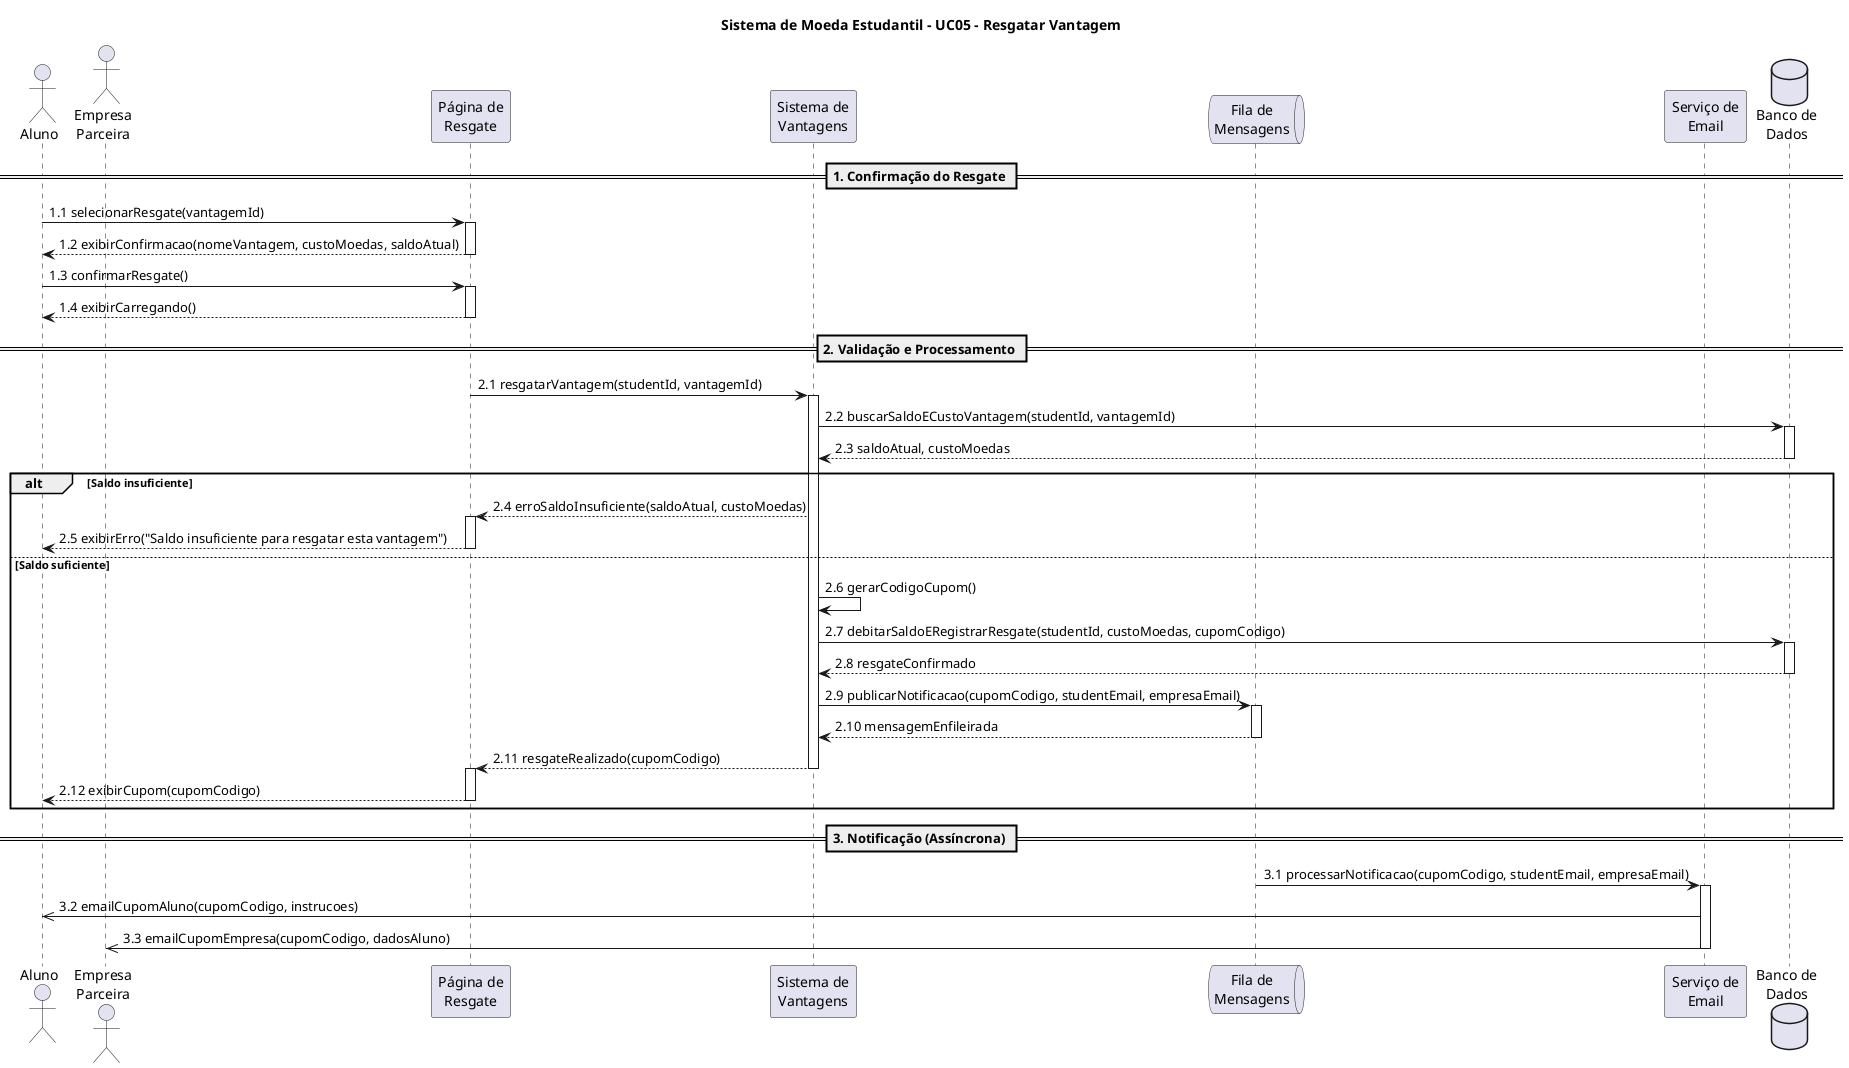
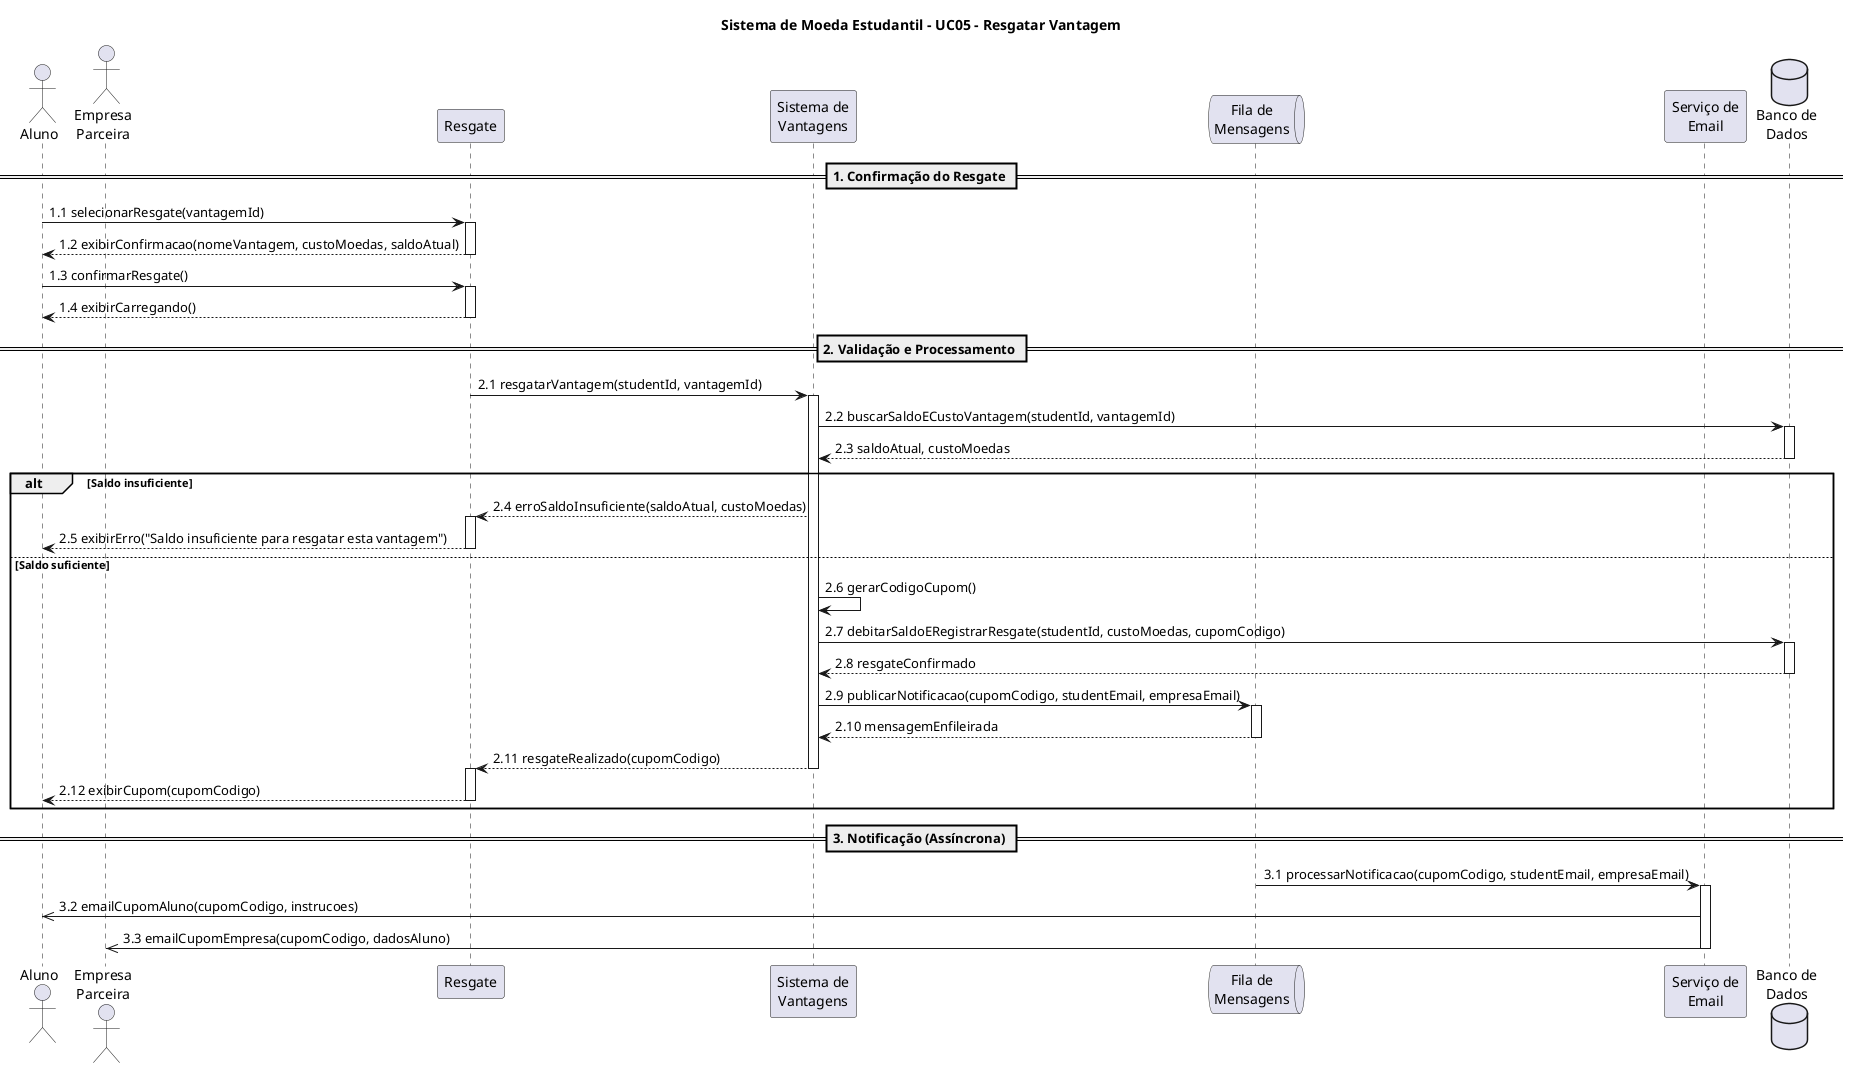
@startuml UC05-ResgatarVantagem
title Sistema de Moeda Estudantil - UC05 - Resgatar Vantagem

actor "Aluno" as A
actor "Empresa\nParceira" as E
- participant "Página de\nResgate" as PR
+ participant "Resgate" as PR
participant "Sistema de\nVantagens" as SV
queue "Fila de\nMensagens" as FM
participant "Serviço de\nEmail" as SE
database "Banco de\nDados" as BD

== 1. Confirmação do Resgate ==

A -> PR: 1.1 selecionarResgate(vantagemId)
activate PR
PR --> A: 1.2 exibirConfirmacao(nomeVantagem, custoMoedas, saldoAtual)
deactivate PR

A -> PR: 1.3 confirmarResgate()
activate PR
PR --> A: 1.4 exibirCarregando()
deactivate PR

== 2. Validação e Processamento ==

PR -> SV: 2.1 resgatarVantagem(studentId, vantagemId)
activate SV
SV -> BD: 2.2 buscarSaldoECustoVantagem(studentId, vantagemId)
activate BD
BD --> SV: 2.3 saldoAtual, custoMoedas
deactivate BD

alt Saldo insuficiente
    SV --> PR: 2.4 erroSaldoInsuficiente(saldoAtual, custoMoedas)
    activate PR
    PR --> A: 2.5 exibirErro("Saldo insuficiente para resgatar esta vantagem")
    deactivate PR

else Saldo suficiente
    SV -> SV: 2.6 gerarCodigoCupom()
    SV -> BD: 2.7 debitarSaldoERegistrarResgate(studentId, custoMoedas, cupomCodigo)
    activate BD
    BD --> SV: 2.8 resgateConfirmado
    deactivate BD
    SV -> FM: 2.9 publicarNotificacao(cupomCodigo, studentEmail, empresaEmail)
    activate FM
    FM --> SV: 2.10 mensagemEnfileirada
    deactivate FM
    SV --> PR: 2.11 resgateRealizado(cupomCodigo)
    deactivate SV
    activate PR
    PR --> A: 2.12 exibirCupom(cupomCodigo)
    deactivate PR
end


== 3. Notificação (Assíncrona) ==

FM -> SE: 3.1 processarNotificacao(cupomCodigo, studentEmail, empresaEmail)
activate SE
SE ->> A: 3.2 emailCupomAluno(cupomCodigo, instrucoes)
SE ->> E: 3.3 emailCupomEmpresa(cupomCodigo, dadosAluno)
deactivate SE

@enduml
